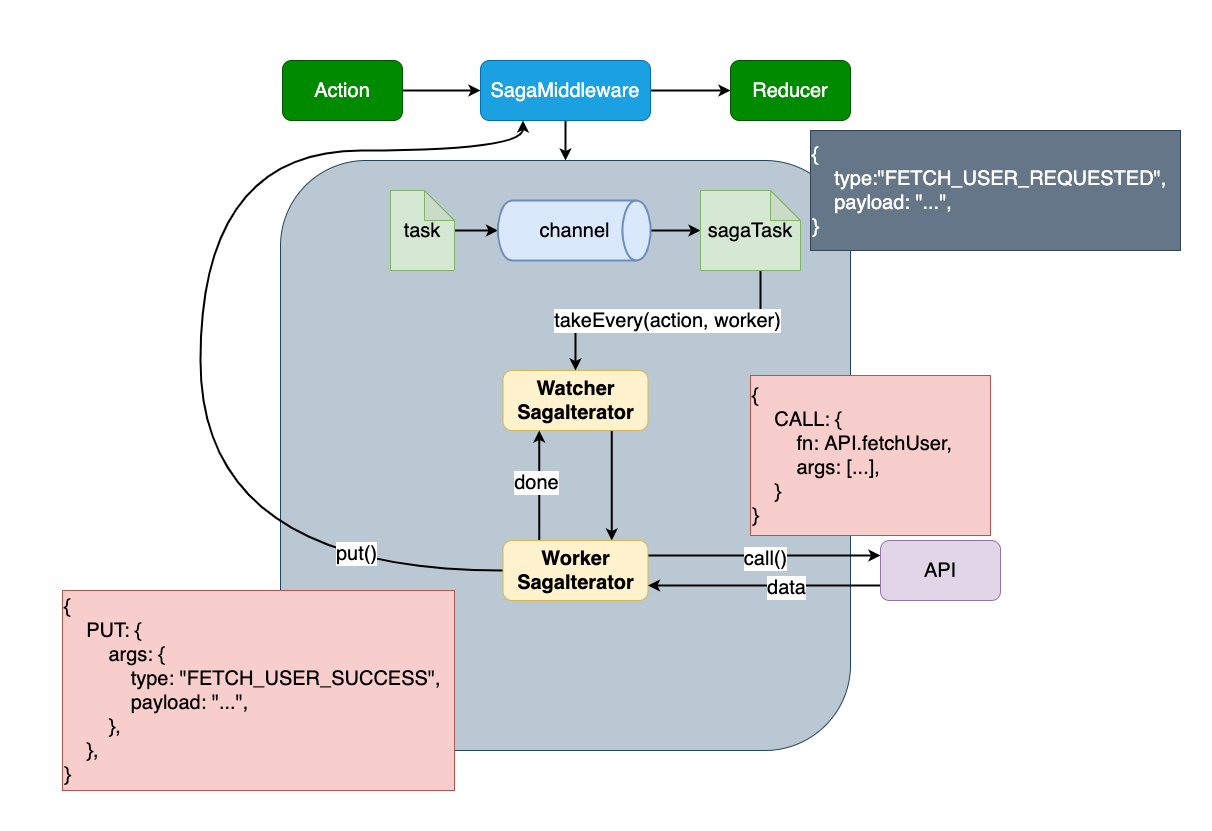
Earlier version of the draw.io export img/redux-tutorial-saga-middleware.png (r05323028/redux-tutorial). Source tidied: cells renumbered, new cells last; positions are measured from the earlier drawing's top-left corner, leaving out a move shared by most shapes.
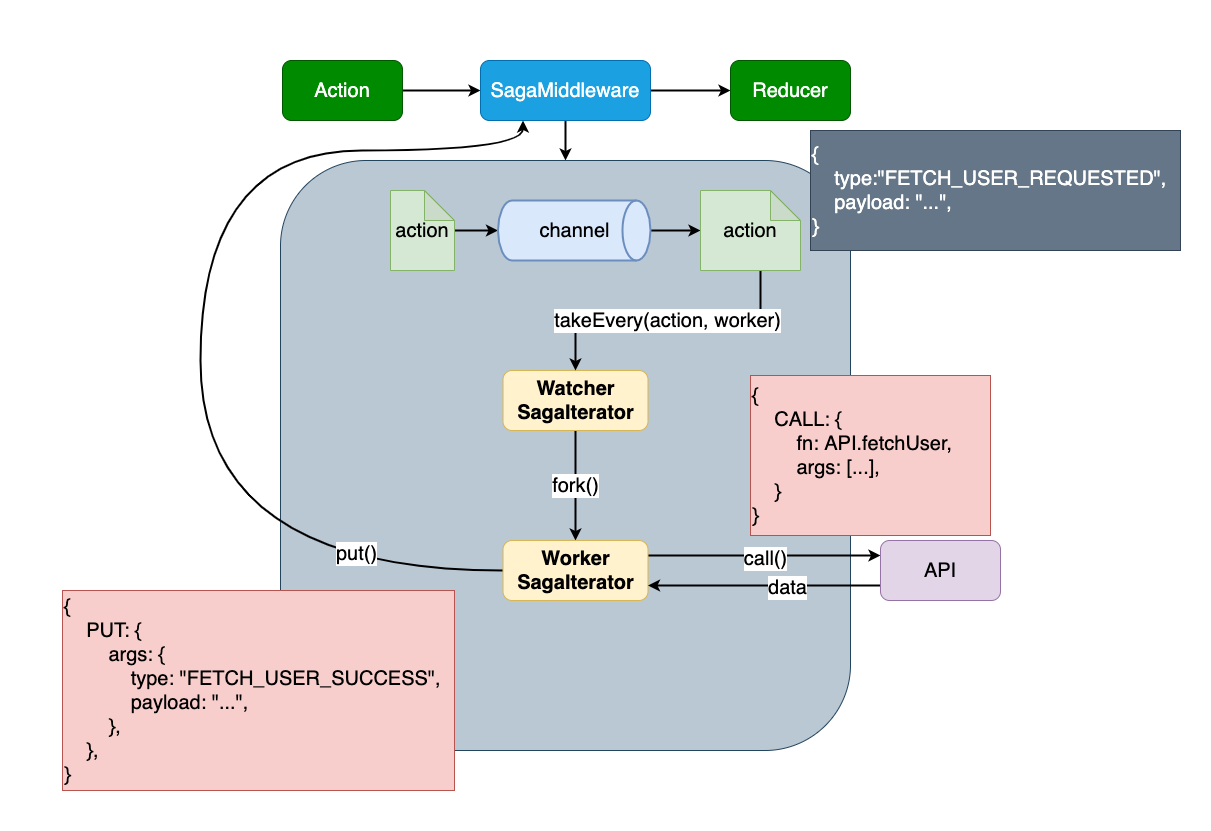
After the change.

Commit message:
Add dive into saga helper

The edit, as a diff of the source:
```diff
@@ -29,7 +29,7 @@
     <mxCell id="10" style="edgeStyle=orthogonalEdgeStyle;rounded=0;jettySize=auto;html=1;fontSize=20;strokeWidth=2;" parent="1" edge="1" source="11" target="13">
       <mxGeometry relative="1" as="geometry" />
     </mxCell>
-    <mxCell id="11" value="task" style="shape=note;whiteSpace=wrap;html=1;backgroundOutline=1;darkOpacity=0.05;fontSize=20;fillColor=#d5e8d4;strokeColor=#82b366;" parent="1" vertex="1">
+    <mxCell id="11" value="action" style="shape=note;whiteSpace=wrap;html=1;backgroundOutline=1;darkOpacity=0.05;fontSize=20;fillColor=#d5e8d4;strokeColor=#82b366;" parent="1" vertex="1">
       <mxGeometry x="390" y="190" width="64" height="80" as="geometry" />
     </mxCell>
     <mxCell id="12" style="edgeStyle=orthogonalEdgeStyle;rounded=0;jettySize=auto;html=1;fontSize=20;strokeWidth=2;" parent="1" edge="1" source="13" target="17">
@@ -38,7 +38,7 @@
     <mxCell id="13" value="channel" style="strokeWidth=2;html=1;shape=mxgraph.flowchart.direct_data;whiteSpace=wrap;fontSize=20;fillColor=#dae8fc;strokeColor=#6c8ebf;" parent="1" vertex="1">
       <mxGeometry x="497.5" y="200" width="152.5" height="60" as="geometry" />
     </mxCell>
-    <mxCell id="14" style="edgeStyle=orthogonalEdgeStyle;rounded=0;jettySize=auto;html=1;exitX=0.75;exitY=1;exitDx=0;exitDy=0;entryX=0.75;entryY=0;entryDx=0;entryDy=0;fontSize=20;strokeWidth=2;" parent="1" edge="1" source="15" target="24">
+    <mxCell id="14" value="fork()" style="edgeStyle=orthogonalEdgeStyle;rounded=0;jettySize=auto;html=1;exitX=0.5;exitY=1;exitDx=0;exitDy=0;entryX=0.5;entryY=0;entryDx=0;entryDy=0;fontSize=20;strokeWidth=2;" parent="1" edge="1" source="15" target="24">
       <mxGeometry relative="1" as="geometry" />
     </mxCell>
     <mxCell id="15" value="&lt;b&gt;Watcher&lt;br&gt;SagaIterator&lt;/b&gt;" style="rounded=1;whiteSpace=wrap;html=1;fontSize=20;fillColor=#fff2cc;strokeColor=#d6b656;" parent="1" vertex="1">
@@ -52,15 +52,9 @@
         </Array>
       </mxGeometry>
     </mxCell>
-    <mxCell id="17" value="sagaTask" style="shape=note;whiteSpace=wrap;html=1;backgroundOutline=1;darkOpacity=0.05;fontSize=20;fillColor=#d5e8d4;strokeColor=#82b366;" parent="1" vertex="1">
+    <mxCell id="17" value="action" style="shape=note;whiteSpace=wrap;html=1;backgroundOutline=1;darkOpacity=0.05;fontSize=20;fillColor=#d5e8d4;strokeColor=#82b366;" parent="1" vertex="1">
       <mxGeometry x="700" y="190" width="100" height="80" as="geometry" />
     </mxCell>
-    <mxCell id="18" style="edgeStyle=orthogonalEdgeStyle;rounded=0;jettySize=auto;html=1;exitX=0.25;exitY=0;exitDx=0;exitDy=0;entryX=0.25;entryY=1;entryDx=0;entryDy=0;fontSize=20;strokeWidth=2;" parent="1" edge="1" source="24" target="15">
-      <mxGeometry relative="1" as="geometry" />
-    </mxCell>
-    <mxCell id="19" value="done" style="edgeLabel;html=1;align=center;verticalAlign=middle;fontSize=20;" parent="18" vertex="1">
-      <mxGeometry x="0.05" y="3" relative="1" as="geometry" />
-    </mxCell>
     <mxCell id="20" style="edgeStyle=orthogonalEdgeStyle;curved=1;rounded=0;jettySize=auto;html=1;exitX=1;exitY=0.25;exitDx=0;exitDy=0;entryX=0;entryY=0.25;entryDx=0;entryDy=0;fontSize=20;strokeWidth=2;" parent="1" edge="1" source="24" target="27">
       <mxGeometry relative="1" as="geometry" />
     </mxCell>
```
